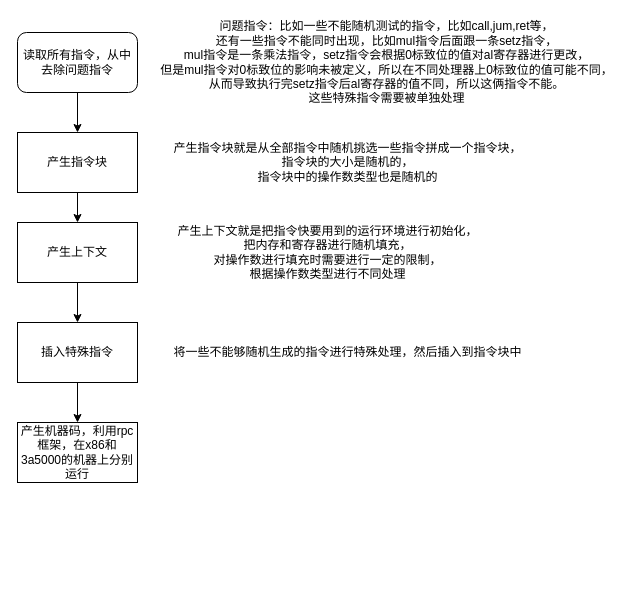
This is page "Page-4" (3 of 4) of Untitled Diagram.drawio from ganjue66da/ganjue66da, a draw.io file, before an edit. Source tidied: cells renumbered, new cells numbered last; positions are measured from the earlier drawing's top-left corner, leaving out a move shared by most shapes. Both pictures are drawn from the tidied source at 100%, with x=0, y=0 at pixel (17, 17).
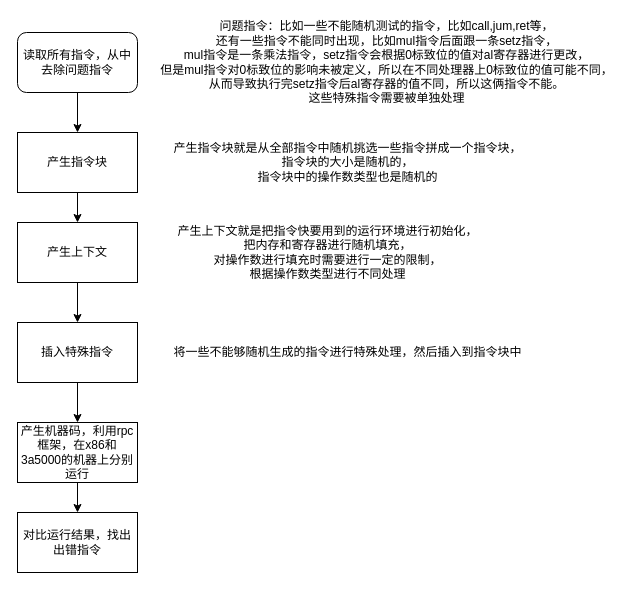
The same page after the edit.

What changed in the source:
```diff
@@
 <mxGraphModel>
   <root>
     <mxCell id="0" />
     <mxCell id="1" parent="0" />
     <mxCell id="2" style="edgeStyle=orthogonalEdgeStyle;rounded=0;jettySize=auto;html=1;" parent="1" edge="1" source="3" target="5">
       <mxGeometry relative="1" as="geometry" />
     </mxCell>
     <mxCell id="3" value="读取所有指令，从中去除问题指令" style="rounded=1;whiteSpace=wrap;html=1;" parent="1" vertex="1">
       <mxGeometry y="15" width="120" height="60" as="geometry" />
     </mxCell>
     <mxCell id="4" style="edgeStyle=orthogonalEdgeStyle;rounded=0;jettySize=auto;html=1;" parent="1" edge="1" source="5" target="9">
       <mxGeometry relative="1" as="geometry" />
     </mxCell>
     <mxCell id="5" value="产生指令块" style="rounded=0;whiteSpace=wrap;html=1;" parent="1" vertex="1">
       <mxGeometry y="115" width="120" height="60" as="geometry" />
     </mxCell>
     <mxCell id="6" value="问题指令：比如一些不能随机测试的指令，比如call,jum,ret等，&lt;br&gt;还有一些指令不能同时出现，比如mul指令后面跟一条setz指令，&lt;br&gt;mul指令是一条乘法指令，setz指令会根据0标致位的值对al寄存器进行更改，&lt;br&gt;但是mul指令对0标致位的影响未被定义，所以在不同处理器上0标致位的值可能不同，&lt;br&gt;从而导致执行完setz指令后al寄存器的值不同，所以这俩指令不能。&lt;br&gt;这些特殊指令需要被单独处理" style="text;html=1;align=center;verticalAlign=middle;strokeColor=none;fillColor=none;" parent="1" vertex="1">
       <mxGeometry x="134" width="470" height="90" as="geometry" />
     </mxCell>
     <mxCell id="7" value="产生指令块就是从全部指令中随机挑选一些指令拼成一个指令块，&lt;br&gt;指令块的大小是随机的，&lt;br&gt;指令块中的操作数类型也是随机的" style="text;html=1;align=center;verticalAlign=middle;strokeColor=none;fillColor=none;" parent="1" vertex="1">
       <mxGeometry x="150" y="120" width="360" height="50" as="geometry" />
     </mxCell>
     <mxCell id="8" style="edgeStyle=orthogonalEdgeStyle;rounded=0;jettySize=auto;html=1;" parent="1" edge="1" source="9" target="12">
       <mxGeometry relative="1" as="geometry" />
     </mxCell>
     <mxCell id="9" value="产生上下文" style="whiteSpace=wrap;html=1;rounded=0;" parent="1" vertex="1">
       <mxGeometry y="205" width="120" height="60" as="geometry" />
     </mxCell>
     <mxCell id="10" value="产生上下文就是把指令快要用到的运行环境进行初始化，&lt;br&gt;把内存和寄存器进行随机填充，&lt;br&gt;对操作数进行填充时需要进行一定的限制，&lt;br&gt;根据操作数类型进行不同处理" style="text;html=1;align=center;verticalAlign=middle;strokeColor=none;fillColor=none;" parent="1" vertex="1">
       <mxGeometry x="150" y="205" width="320" height="60" as="geometry" />
     </mxCell>
     <mxCell id="11" style="edgeStyle=orthogonalEdgeStyle;rounded=0;jettySize=auto;html=1;" parent="1" edge="1" source="12" target="14">
       <mxGeometry relative="1" as="geometry" />
     </mxCell>
     <mxCell id="12" value="插入特殊指令" style="whiteSpace=wrap;html=1;rounded=0;" parent="1" vertex="1">
       <mxGeometry y="305" width="120" height="60" as="geometry" />
     </mxCell>
     <mxCell id="13" value="将一些不能够随机生成的指令进行特殊处理，然后插入到指令块中" style="text;html=1;align=center;verticalAlign=middle;strokeColor=none;fillColor=none;" parent="1" vertex="1">
       <mxGeometry x="150" y="325" width="360" height="20" as="geometry" />
     </mxCell>
+    <mxCell id="15" style="edgeStyle=orthogonalEdgeStyle;rounded=0;jettySize=auto;html=1;" parent="1" edge="1" source="14" target="16">
+      <mxGeometry relative="1" as="geometry" />
+    </mxCell>
     <mxCell id="14" value="产生机器码，利用rpc框架，在x86和3a5000的机器上分别运行" style="whiteSpace=wrap;html=1;rounded=0;" parent="1" vertex="1">
       <mxGeometry y="405" width="120" height="60" as="geometry" />
     </mxCell>
+    <mxCell id="16" value="对比运行结果，找出出错指令" style="whiteSpace=wrap;html=1;rounded=0;" parent="1" vertex="1">
+      <mxGeometry y="495" width="120" height="60" as="geometry" />
+    </mxCell>
   </root>
 </mxGraphModel>
```
